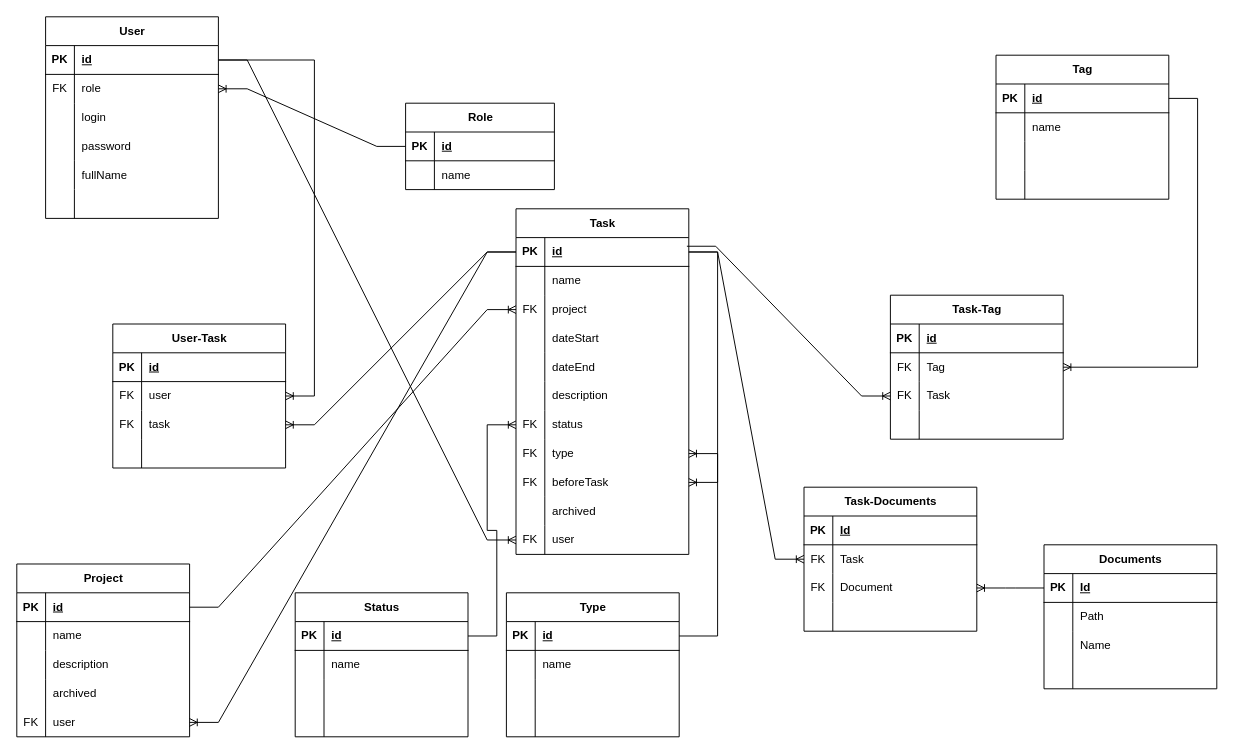
The draw.io diagram Diagrams/TaskManager.drawio in oLaDushek3/IT-Processes, before the edit. Source tidied: cells renumbered, new cells numbered last; positions are measured from the earlier drawing's top-left corner, leaving out a move shared by most shapes. Both pictures are drawn from the tidied source at 96%, with x=0, y=0 at pixel (16, 16).
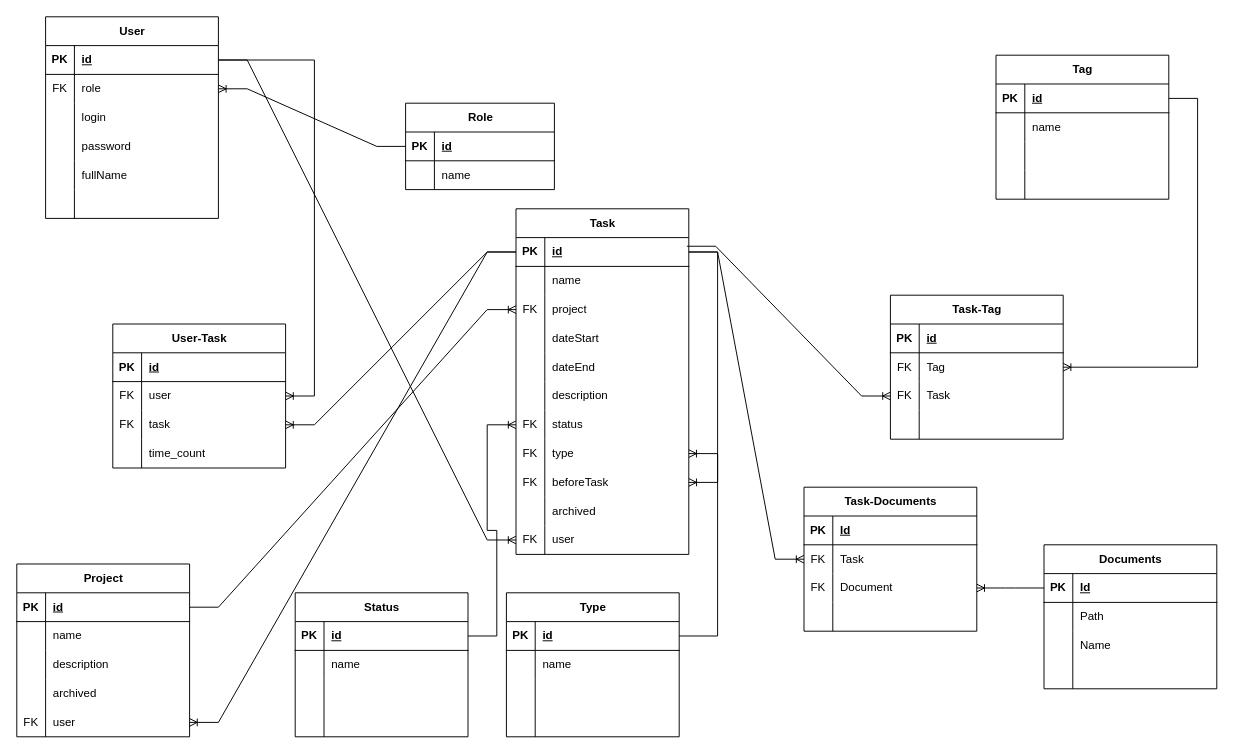
The same page after the edit.

Commit message:
diagram refresh

Unchanged cells that the change refers to:
```xml
<mxCell id="116" style="shape=tableRow;horizontal=0;startSize=0;swimlaneHead=0;swimlaneBody=0;fillColor=none;top=0;left=0;right=0;bottom=0;" parent="106" vertex="1">
  <mxGeometry y="120" width="180" height="30" as="geometry" />
</mxCell>
```

What changed in the source:
```diff
@@
-    <mxCell id="118" style="shape=partialRectangle;fillColor=none;top=0;left=0;bottom=0;right=0;align=left;spacingLeft=6;overflow=hidden;whiteSpace=wrap;html=1;" parent="116" vertex="1">
+    <mxCell id="118" value="time_count" style="shape=partialRectangle;fillColor=none;top=0;left=0;bottom=0;right=0;align=left;spacingLeft=6;overflow=hidden;whiteSpace=wrap;html=1;" parent="116" vertex="1">
       <mxGeometry x="30" width="150" height="30" as="geometry" />
     </mxCell>
```
